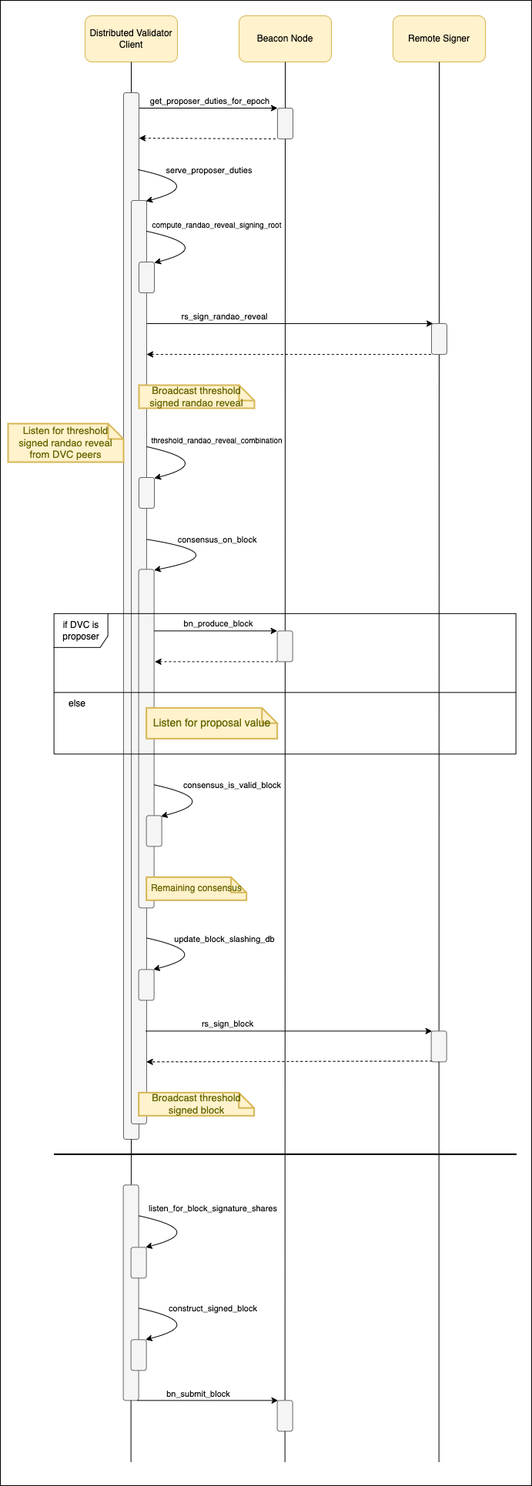
The draw.io diagram src/dvspec/figures/dv-block-production-process.png in ethereum/distributed-validator-specs, before a commit. Source tidied: cells renumbered, new cells last; positions are measured from the earlier drawing's top-left corner, leaving out a move shared by most shapes.
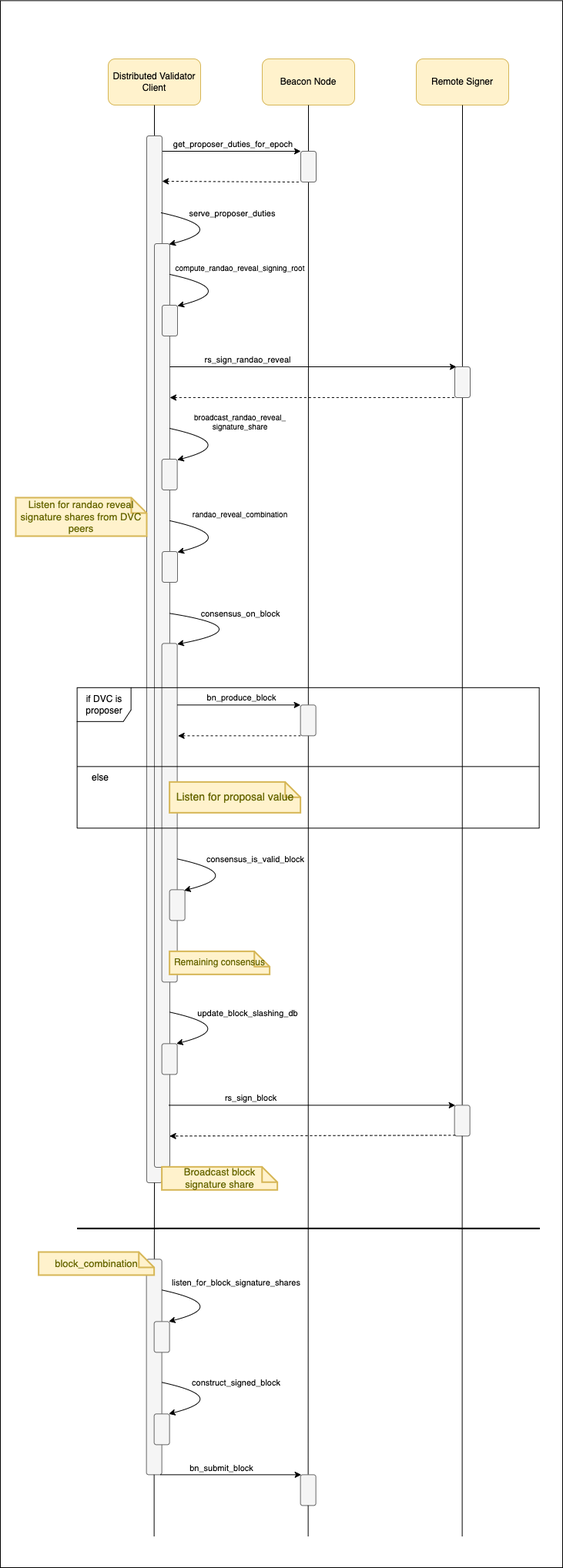
After the change.

Change to the diagram source:
```diff
@@ -3,19 +3,19 @@
     <mxCell id="0" />
     <mxCell id="1" parent="0" />
     <mxCell id="2" style="rounded=0;whiteSpace=wrap;html=1;fillColor=none;" parent="1" vertex="1">
-      <mxGeometry width="690" height="1930" as="geometry" />
+      <mxGeometry x="-30" y="-95.7" width="730" height="2035.7" as="geometry" />
     </mxCell>
     <mxCell id="3" value="Distributed Validator Client" style="rounded=1;whiteSpace=wrap;html=1;fillColor=#fff2cc;strokeColor=#d6b656;" parent="1" vertex="1">
-      <mxGeometry x="110" y="20" width="120" height="60" as="geometry" />
+      <mxGeometry x="110" y="-20" width="120" height="60" as="geometry" />
     </mxCell>
     <mxCell id="4" value="Beacon Node" style="rounded=1;whiteSpace=wrap;html=1;fillColor=#fff2cc;strokeColor=#d6b656;" parent="1" vertex="1">
-      <mxGeometry x="310" y="20" width="120" height="60" as="geometry" />
+      <mxGeometry x="310" y="-20" width="120" height="60" as="geometry" />
     </mxCell>
     <mxCell id="5" style="endArrow=none;html=1;rounded=0;entryX=0.5;entryY=1;entryDx=0;entryDy=0;startArrow=none;" parent="1" edge="1" source="51" target="4">
       <mxGeometry relative="1" as="geometry" />
     </mxCell>
     <mxCell id="6" value="Remote Signer" style="rounded=1;whiteSpace=wrap;html=1;fillColor=#fff2cc;strokeColor=#d6b656;" parent="1" vertex="1">
-      <mxGeometry x="510" y="20" width="120" height="60" as="geometry" />
+      <mxGeometry x="510" y="-20" width="120" height="60" as="geometry" />
     </mxCell>
     <mxCell id="7" style="endArrow=none;html=1;rounded=0;entryX=0.5;entryY=1;entryDx=0;entryDy=0;startArrow=none;" parent="1" edge="1" source="34" target="6">
       <mxGeometry relative="1" as="geometry" />
@@ -25,12 +25,12 @@
     </mxCell>
     <mxCell id="9" style="endArrow=none;html=1;rounded=0;dashed=1;entryX=0;entryY=1;entryDx=0;entryDy=0;startArrow=classic;startFill=1;endFill=0;" parent="1" edge="1" target="14">
       <mxGeometry relative="1" as="geometry">
-        <mxPoint x="180" y="179" as="sourcePoint" />
+        <mxPoint x="180" y="139" as="sourcePoint" />
       </mxGeometry>
     </mxCell>
     <mxCell id="10" style="endArrow=none;html=1;rounded=0;exitX=0;exitY=0;exitDx=0;exitDy=0;startArrow=classic;startFill=1;endFill=0;" parent="1" edge="1" source="14">
       <mxGeometry relative="1" as="geometry">
-        <mxPoint x="178" y="140" as="targetPoint" />
+        <mxPoint x="178" y="100" as="targetPoint" />
       </mxGeometry>
     </mxCell>
     <mxCell id="11" value="get_proposer_duties_for_epoch" style="edgeLabel;html=1;align=center;verticalAlign=middle;" parent="10" vertex="1">
@@ -39,20 +39,20 @@
       </mxGeometry>
     </mxCell>
     <mxCell id="12" style="rounded=1;whiteSpace=wrap;html=1;fillColor=#f5f5f5;fontColor=#333333;strokeColor=#666666;" parent="1" vertex="1">
-      <mxGeometry x="160" y="120" width="20" height="1360" as="geometry" />
+      <mxGeometry x="160" y="80" width="20" height="1360" as="geometry" />
     </mxCell>
     <mxCell id="13" style="endArrow=none;html=1;rounded=0;entryX=0.5;entryY=1;entryDx=0;entryDy=0;startArrow=none;" parent="1" edge="1" source="41" target="12">
       <mxGeometry relative="1" as="geometry" />
     </mxCell>
     <mxCell id="14" style="rounded=1;whiteSpace=wrap;html=1;fillColor=#f5f5f5;fontColor=#333333;strokeColor=#666666;" parent="1" vertex="1">
-      <mxGeometry x="360" y="140" width="20" height="40" as="geometry" />
+      <mxGeometry x="360" y="100" width="20" height="40" as="geometry" />
     </mxCell>
     <mxCell id="15" style="endArrow=classic;html=1;curved=1;" parent="1" edge="1">
       <mxGeometry relative="1" as="geometry">
-        <mxPoint x="179" y="220" as="sourcePoint" />
-        <mxPoint x="189" y="261" as="targetPoint" />
+        <mxPoint x="179" y="180" as="sourcePoint" />
+        <mxPoint x="189" y="221" as="targetPoint" />
         <Array as="points">
-          <mxPoint x="270" y="240" />
+          <mxPoint x="270" y="200" />
         </Array>
       </mxGeometry>
     </mxCell>
@@ -62,7 +62,7 @@
       </mxGeometry>
     </mxCell>
     <mxCell id="17" style="rounded=1;whiteSpace=wrap;html=1;fillColor=#f5f5f5;fontColor=#333333;strokeColor=#666666;" parent="1" vertex="1">
-      <mxGeometry x="170" y="260" width="20" height="1200" as="geometry" />
+      <mxGeometry x="170" y="220" width="20" height="1200" as="geometry" />
     </mxCell>
     <mxCell id="18" style="rounded=1;whiteSpace=wrap;html=1;fillColor=#f5f5f5;fontColor=#333333;strokeColor=#666666;" parent="1" vertex="1">
       <mxGeometry x="179.6" y="739.4" width="20" height="440" as="geometry" />
@@ -167,7 +167,7 @@
         <mxPoint x="189.6" y="1379.3" as="targetPoint" />
       </mxGeometry>
     </mxCell>
-    <mxCell id="39" value="Broadcast threshold signed block" style="shape=note;strokeWidth=2;fontSize=13;size=20;whiteSpace=wrap;html=1;fillColor=#fff2cc;strokeColor=#d6b656;fontColor=#666600;" parent="1" vertex="1">
+    <mxCell id="39" value="Broadcast block signature share" style="shape=note;strokeWidth=2;fontSize=13;size=20;whiteSpace=wrap;html=1;fillColor=#fff2cc;strokeColor=#d6b656;fontColor=#666600;" parent="1" vertex="1">
       <mxGeometry x="179.6" y="1419.3" width="150" height="30" as="geometry" />
     </mxCell>
     <mxCell id="40" style="endArrow=none;html=1;curved=1;strokeWidth=2;" parent="1" edge="1">
@@ -239,10 +239,10 @@
     </mxCell>
     <mxCell id="53" style="endArrow=classic;html=1;curved=1;" parent="1" edge="1">
       <mxGeometry relative="1" as="geometry">
-        <mxPoint x="190" y="300" as="sourcePoint" />
-        <mxPoint x="200" y="341" as="targetPoint" />
+        <mxPoint x="190" y="260" as="sourcePoint" />
+        <mxPoint x="200" y="301" as="targetPoint" />
         <Array as="points">
-          <mxPoint x="281" y="320" />
+          <mxPoint x="281" y="280" />
         </Array>
       </mxGeometry>
     </mxCell>
@@ -252,12 +252,12 @@
       </mxGeometry>
     </mxCell>
     <mxCell id="55" style="rounded=1;whiteSpace=wrap;html=1;fillColor=#f5f5f5;fontColor=#333333;strokeColor=#666666;" parent="1" vertex="1">
-      <mxGeometry x="180" y="340" width="20" height="40" as="geometry" />
+      <mxGeometry x="180" y="300" width="20" height="40" as="geometry" />
     </mxCell>
     <mxCell id="56" style="endArrow=classic;html=1;strokeWidth=1;curved=1;" parent="1" edge="1">
       <mxGeometry relative="1" as="geometry">
-        <mxPoint x="190" y="420" as="sourcePoint" />
-        <mxPoint x="562" y="420" as="targetPoint" />
+        <mxPoint x="190" y="380" as="sourcePoint" />
+        <mxPoint x="562" y="380" as="targetPoint" />
       </mxGeometry>
     </mxCell>
     <mxCell id="57" value="rs_sign_randao_reveal" style="edgeLabel;html=1;align=center;verticalAlign=middle;" parent="56" vertex="1">
@@ -266,12 +266,12 @@
       </mxGeometry>
     </mxCell>
     <mxCell id="58" style="rounded=1;whiteSpace=wrap;html=1;fillColor=#f5f5f5;fontColor=#333333;strokeColor=#666666;" parent="1" vertex="1">
-      <mxGeometry x="560" y="420" width="20" height="40" as="geometry" />
+      <mxGeometry x="560" y="380" width="20" height="40" as="geometry" />
     </mxCell>
     <mxCell id="59" style="endArrow=none;html=1;rounded=0;dashed=1;startArrow=classic;startFill=1;endFill=0;" parent="1" edge="1">
       <mxGeometry relative="1" as="geometry">
-        <mxPoint x="190" y="460" as="sourcePoint" />
-        <mxPoint x="561" y="460" as="targetPoint" />
+        <mxPoint x="190" y="420" as="sourcePoint" />
+        <mxPoint x="561" y="420" as="targetPoint" />
       </mxGeometry>
     </mxCell>
     <mxCell id="60" value="else" style="text;html=1;strokeColor=none;fillColor=none;align=center;verticalAlign=middle;whiteSpace=wrap;rounded=0;fontSize=12;" parent="1" vertex="1">
@@ -280,9 +280,6 @@
     <mxCell id="61" value="if DVC is proposer" style="shape=umlFrame;whiteSpace=wrap;html=1;fillColor=none;width=70;height=44;" parent="1" vertex="1">
       <mxGeometry x="69.6" y="796.9" width="600" height="182.5" as="geometry" />
     </mxCell>
-    <mxCell id="62" value="Broadcast threshold signed randao reveal" style="shape=note;strokeWidth=2;fontSize=13;size=20;whiteSpace=wrap;html=1;fillColor=#fff2cc;strokeColor=#d6b656;fontColor=#666600;" parent="1" vertex="1">
-      <mxGeometry x="180" y="500" width="150" height="30" as="geometry" />
-    </mxCell>
     <mxCell id="63" style="rounded=1;whiteSpace=wrap;html=1;fillColor=#f5f5f5;fontColor=#333333;strokeColor=#666666;" parent="1" vertex="1">
       <mxGeometry x="180" y="620" width="20" height="40" as="geometry" />
     </mxCell>
@@ -295,13 +292,33 @@
         </Array>
       </mxGeometry>
     </mxCell>
-    <mxCell id="65" value="threshold_randao_reveal_combination" style="edgeLabel;html=1;align=center;verticalAlign=middle;fontSize=10;" parent="64" vertex="1">
+    <mxCell id="65" value="randao_reveal_combination" style="edgeLabel;html=1;align=center;verticalAlign=middle;fontSize=10;" parent="64" vertex="1">
       <mxGeometry x="0.17" y="4" relative="1" as="geometry">
         <mxPoint x="8" y="-36" as="offset" />
       </mxGeometry>
     </mxCell>
-    <mxCell id="66" value="Listen for threshold signed randao reveal from DVC peers" style="shape=note;strokeWidth=2;fontSize=13;size=20;whiteSpace=wrap;html=1;fillColor=#fff2cc;strokeColor=#d6b656;fontColor=#666600;" parent="1" vertex="1">
-      <mxGeometry x="10" y="550" width="150" height="50" as="geometry" />
+    <mxCell id="66" value="Listen for randao reveal signature shares from DVC peers" style="shape=note;strokeWidth=2;fontSize=13;size=20;whiteSpace=wrap;html=1;fillColor=#fff2cc;strokeColor=#d6b656;fontColor=#666600;" parent="1" vertex="1">
+      <mxGeometry x="-10" y="550" width="170" height="50" as="geometry" />
     </mxCell>
+    <mxCell id="67" style="rounded=1;whiteSpace=wrap;html=1;fillColor=#f5f5f5;fontColor=#333333;strokeColor=#666666;" parent="1" vertex="1">
+      <mxGeometry x="179.6" y="500" width="20" height="40" as="geometry" />
+    </mxCell>
+    <mxCell id="68" style="endArrow=classic;html=1;curved=1;" parent="1" edge="1">
+      <mxGeometry relative="1" as="geometry">
+        <mxPoint x="189.6" y="460" as="sourcePoint" />
+        <mxPoint x="199.6" y="501" as="targetPoint" />
+        <Array as="points">
+          <mxPoint x="280.6" y="480" />
+        </Array>
+      </mxGeometry>
+    </mxCell>
+    <mxCell id="69" value="broadcast_randao_reveal_&lt;br&gt;signature_share" style="edgeLabel;html=1;align=center;verticalAlign=middle;fontSize=10;" parent="68" vertex="1">
+      <mxGeometry x="0.17" y="4" relative="1" as="geometry">
+        <mxPoint x="8" y="-36" as="offset" />
+      </mxGeometry>
+    </mxCell>
+    <mxCell id="70" value="block_combination" style="shape=note;strokeWidth=2;fontSize=13;size=20;whiteSpace=wrap;html=1;fillColor=#fff2cc;strokeColor=#d6b656;fontColor=#666600;" parent="1" vertex="1">
+      <mxGeometry x="19.6" y="1530" width="150" height="30" as="geometry" />
+    </mxCell>
   </root>
 </mxGraphModel>
```
